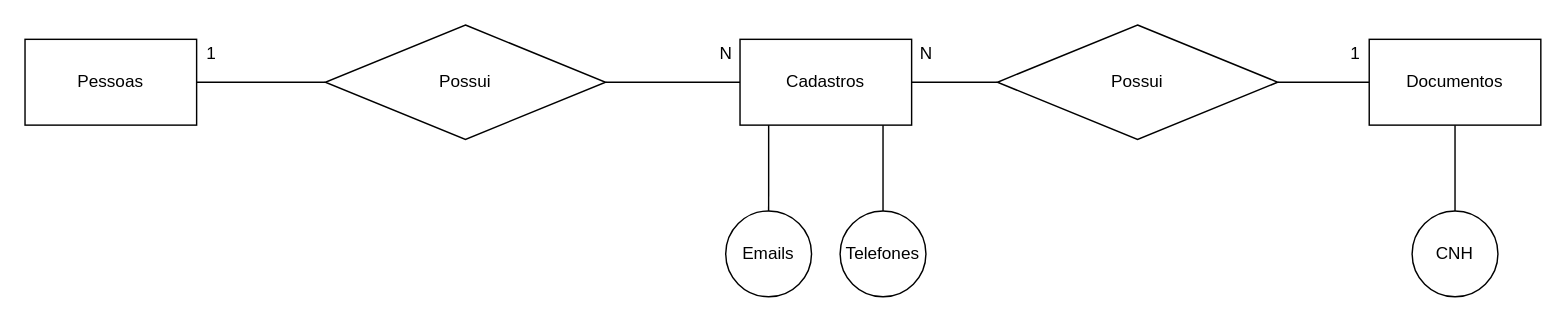
Earlier version of the draw.io diagram 2021-1S-2D/sprint-1-bd/exercicios/1.1-exercicio-pessoas/1.1-exercicio-pessoas.drawio (sjvinicius/_SENAI_2S_DevSys_Atividades_DB). Source tidied: cells renumbered, new cells numbered last; positions are measured from the earlier drawing's top-left corner, leaving out a move shared by most shapes. Both pictures are drawn from the tidied source at 143%, with x=0, y=0 at pixel (24, 24).
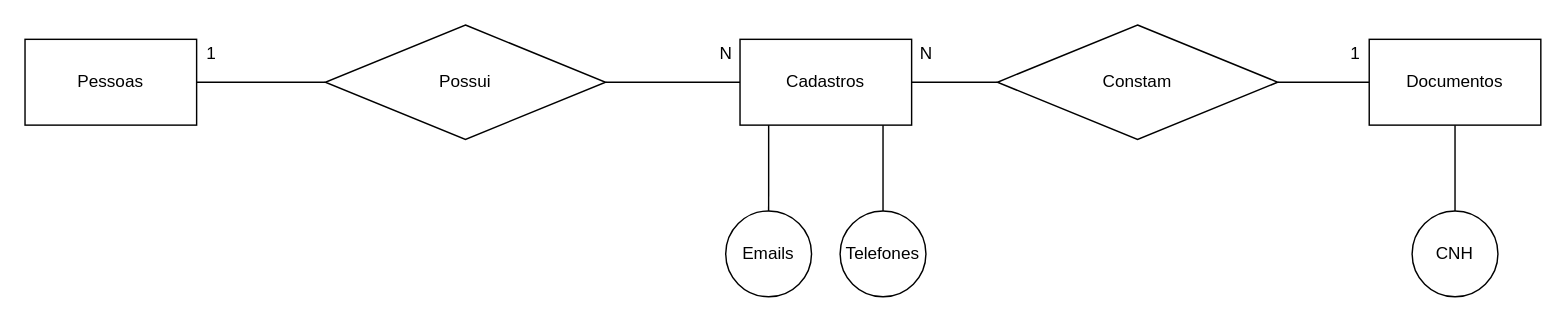
The same page after the edit.

What changed in the source:
```diff
@@
-    <mxCell id="17" value="Possui" style="rhombus;whiteSpace=wrap;html=1;" parent="1" vertex="1">
+    <mxCell id="17" value="Constam" style="rhombus;whiteSpace=wrap;html=1;" parent="1" vertex="1">
       <mxGeometry x="680" width="196" height="80" as="geometry" />
     </mxCell>
```
